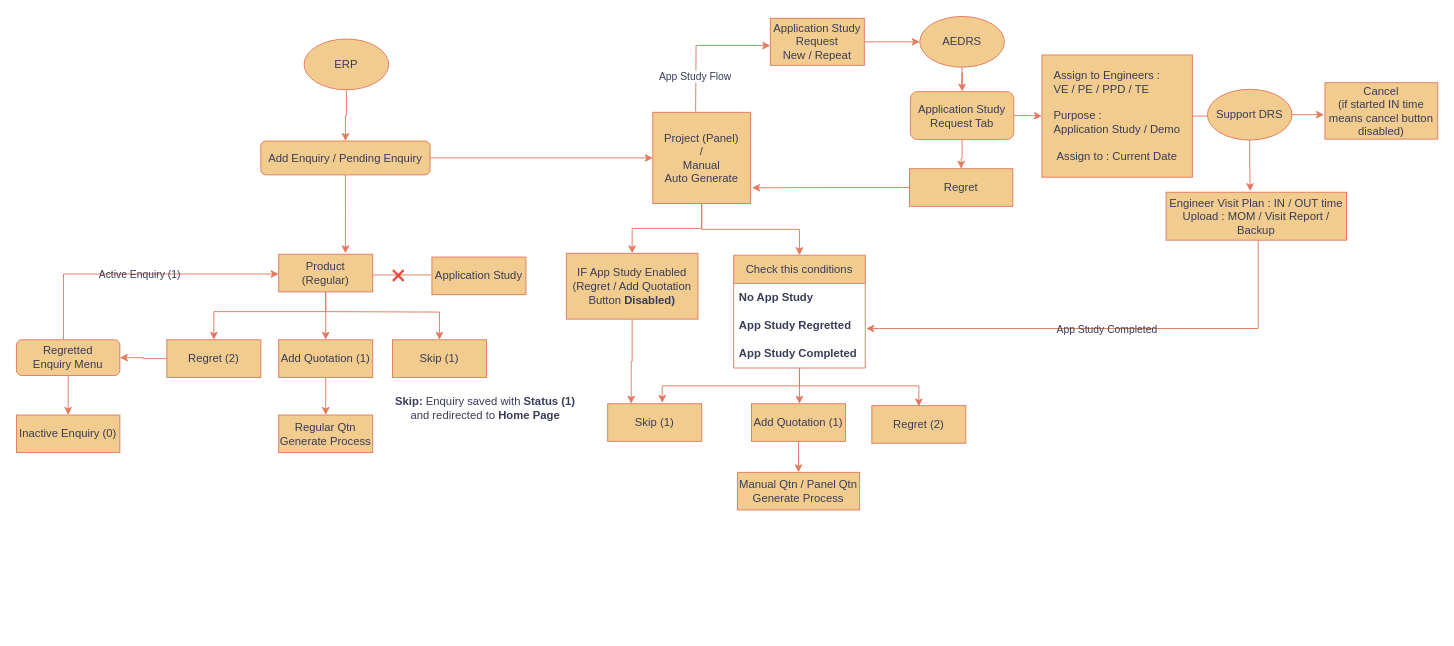
Above: page "Add Enquiry / Pending Enquiry" (9 of 9) of ERP_FLOW.drawio in Sathyapriya30/MERN_CRUD_BACKEND (draw.io), before the change. Source tidied: cells renumbered, new cells numbered last; positions are measured from the earlier drawing's top-left corner, leaving out a move shared by most shapes. Both pictures are drawn from the tidied source at 94%, with x=0, y=0 at pixel (16, 16).
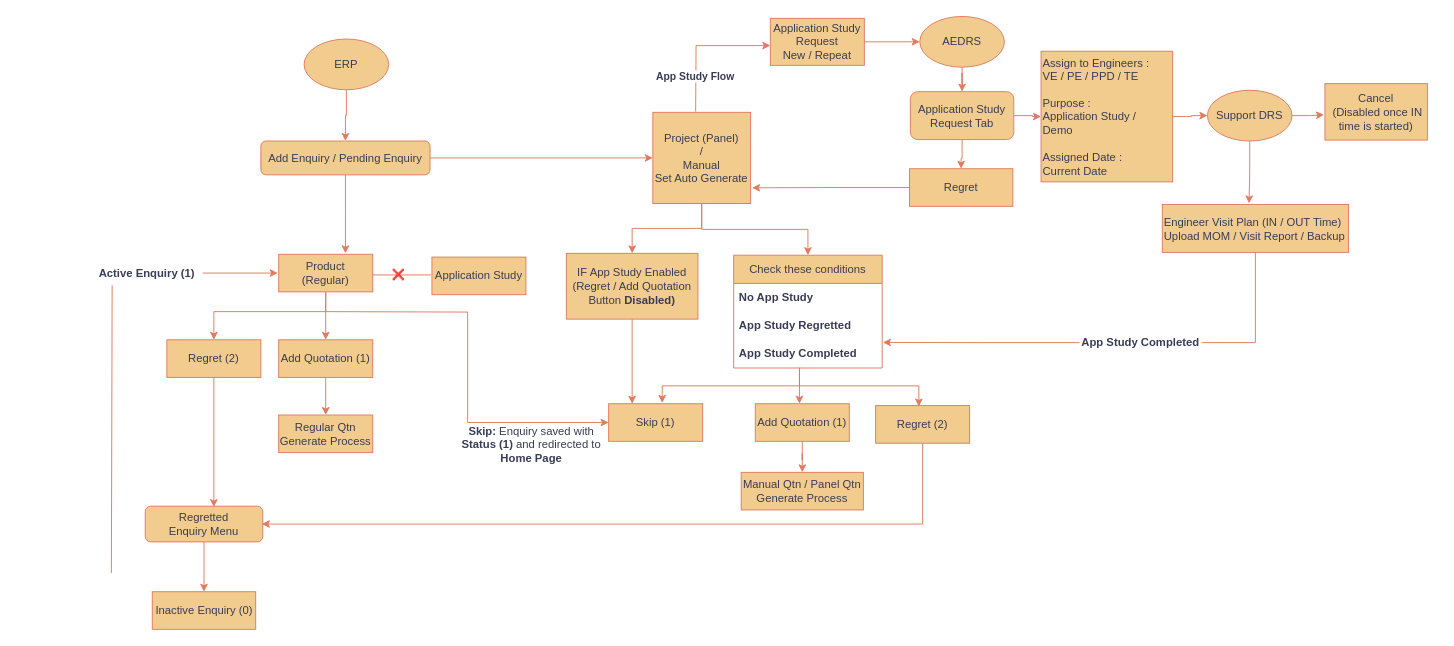
The same page after the edit.

The change refers to these unchanged cells:
```xml
<mxCell id="15" style="endArrow=none;html=1;rounded=0;exitX=1;exitY=0.5;exitDx=0;exitDy=0;endFill=0;labelBackgroundColor=none;strokeColor=#E07A5F;fontColor=default;" parent="1" edge="1">
  <mxGeometry relative="1" as="geometry">
    <mxPoint x="379" y="275" as="sourcePoint" />
    <mxPoint x="441" y="275" as="targetPoint" />
  </mxGeometry>
</mxCell>
<mxCell id="20" value="Regret (2)" style="rounded=0;whiteSpace=wrap;html=1;labelBackgroundColor=none;fillColor=#F2CC8F;strokeColor=#E07A5F;fontColor=#393C56;" parent="1" vertex="1">
  <mxGeometry x="160" y="344" width="100" height="40" as="geometry" />
</mxCell>
<mxCell id="47" value="IF App Study Enabled&lt;br&gt;(Regret / Add Quotation Button &lt;b&gt;Disabled)&lt;/b&gt;" style="rounded=0;whiteSpace=wrap;html=1;labelBackgroundColor=none;fillColor=#F2CC8F;strokeColor=#E07A5F;fontColor=#393C56;" parent="1" vertex="1">
  <mxGeometry x="585" y="252" width="140" height="70" as="geometry" />
</mxCell>
<mxCell id="61" style="endArrow=classic;html=1;rounded=0;strokeColor=#E07A5F;fontColor=#393C56;fillColor=#F2CC8F;exitX=0.438;exitY=-0.008;exitDx=0;exitDy=0;exitPerimeter=0;" parent="1" edge="1" source="26">
  <mxGeometry relative="1" as="geometry">
    <mxPoint x="802" y="31" as="targetPoint" />
    <Array as="points">
      <mxPoint x="723" y="31" />
    </Array>
  </mxGeometry>
</mxCell>
```

What changed in the source:
```diff
@@
-    <mxCell id="7" style="edgeStyle=orthogonalEdgeStyle;rounded=0;jettySize=auto;html=1;labelBackgroundColor=none;strokeColor=#E07A5F;fontColor=default;" parent="1" edge="1" target="21">
+    <mxCell id="7" style="edgeStyle=orthogonalEdgeStyle;rounded=0;jettySize=auto;html=1;labelBackgroundColor=none;strokeColor=#E07A5F;fontColor=default;entryX=0;entryY=0.5;entryDx=0;entryDy=0;" parent="1" edge="1" target="30">
       <mxGeometry relative="1" as="geometry">
         <mxPoint x="329" y="314" as="sourcePoint" />
       </mxGeometry>
     </mxCell>
@@
     <mxCell id="11" value="Inactive Enquiry (0)" style="rounded=0;whiteSpace=wrap;html=1;labelBackgroundColor=none;fillColor=#F2CC8F;strokeColor=#E07A5F;fontColor=#393C56;" parent="1" vertex="1">
-      <mxGeometry y="424" width="110" height="40" as="geometry" />
+      <mxGeometry x="144.5" y="612" width="110" height="40" as="geometry" />
     </mxCell>
-    <mxCell id="12" style="edgeStyle=orthogonalEdgeStyle;rounded=0;jettySize=auto;html=1;entryX=0.5;entryY=0;entryDx=0;entryDy=0;labelBackgroundColor=none;strokeColor=#E07A5F;fontColor=default;" parent="1" edge="1" source="13" target="11">
+    <mxCell id="12" style="edgeStyle=orthogonalEdgeStyle;rounded=0;jettySize=auto;html=1;entryX=0.5;entryY=0;entryDx=0;entryDy=0;strokeColor=#E07A5F;fontColor=#393C56;fillColor=#F2CC8F;" parent="1" edge="1" source="13" target="11">
       <mxGeometry relative="1" as="geometry" />
     </mxCell>
     <mxCell id="13" value="Regretted Enquiry&amp;nbsp;Menu" style="rounded=1;whiteSpace=wrap;html=1;labelBackgroundColor=none;fillColor=#F2CC8F;strokeColor=#E07A5F;fontColor=#393C56;" parent="1" vertex="1">
-      <mxGeometry y="344" width="110" height="38" as="geometry" />
+      <mxGeometry x="137" y="521" width="125" height="38" as="geometry" />
     </mxCell>
@@
     <mxCell id="16" value="❌" style="edgeLabel;html=1;align=center;verticalAlign=middle;labelBackgroundColor=none;fontColor=#393C56;" parent="15" vertex="1">
       <mxGeometry relative="1" as="geometry">
-        <mxPoint x="-5" as="offset" />
+        <mxPoint x="-5" y="-1" as="offset" />
       </mxGeometry>
     </mxCell>
     <mxCell id="17" style="endArrow=classic;html=1;rounded=0;labelBackgroundColor=none;strokeColor=#E07A5F;fontColor=default;" parent="1" edge="1">
       <mxGeometry relative="1" as="geometry">
-        <mxPoint x="50" y="344" as="sourcePoint" />
-        <mxPoint x="279" y="274" as="targetPoint" />
-        <Array as="points">
-          <mxPoint x="50" y="274" />
-        </Array>
+        <mxPoint x="198" y="273" as="sourcePoint" />
+        <mxPoint x="278" y="273" as="targetPoint" />
       </mxGeometry>
     </mxCell>
-    <mxCell id="18" value="Active Enquiry (1)" style="edgeLabel;html=1;align=center;verticalAlign=middle;labelBackgroundColor=none;fontColor=#393C56;" parent="17" vertex="1">
-      <mxGeometry relative="1" as="geometry" />
-    </mxCell>
-    <mxCell id="19" style="edgeStyle=orthogonalEdgeStyle;rounded=0;jettySize=auto;html=1;entryX=1;entryY=0.5;entryDx=0;entryDy=0;labelBackgroundColor=none;strokeColor=#E07A5F;fontColor=default;" parent="1" edge="1" source="20" target="13">
-      <mxGeometry relative="1" as="geometry" />
-    </mxCell>
+    <mxCell id="65" style="edgeStyle=orthogonalEdgeStyle;rounded=0;jettySize=auto;html=1;strokeColor=#E07A5F;fontColor=#393C56;fillColor=#F2CC8F;" parent="1" edge="1" source="20">
+      <mxGeometry relative="1" as="geometry">
+        <mxPoint x="210" y="522" as="targetPoint" />
+      </mxGeometry>
+    </mxCell>
@@
-    <mxCell id="21" value="Skip (1)" style="rounded=0;whiteSpace=wrap;html=1;labelBackgroundColor=none;fillColor=#F2CC8F;strokeColor=#E07A5F;fontColor=#393C56;" parent="1" vertex="1">
-      <mxGeometry x="400" y="344" width="100" height="40" as="geometry" />
-    </mxCell>
@@
     <mxCell id="23" value="&lt;strong&gt;Skip:&lt;/strong&gt; Enquiry saved with &lt;strong&gt;Status (1)&lt;/strong&gt; and redirected to &lt;strong&gt;Home Page&lt;/strong&gt;" style="text;html=1;whiteSpace=wrap;strokeColor=none;fillColor=none;align=center;verticalAlign=middle;rounded=0;labelBackgroundColor=none;fontColor=#393C56;" parent="1" vertex="1">
-      <mxGeometry x="400" y="402" width="198" height="30" as="geometry" />
+      <mxGeometry x="466" y="441" width="164" height="30" as="geometry" />
     </mxCell>
@@
-    <mxCell id="26" value="Project (Panel)&lt;br&gt;/&lt;br&gt;Manual&lt;br&gt;Auto Generate" style="rounded=0;whiteSpace=wrap;html=1;labelBackgroundColor=none;fillColor=#F2CC8F;strokeColor=#E07A5F;fontColor=#393C56;" parent="1" vertex="1">
+    <mxCell id="26" value="Project (Panel)&lt;br&gt;/&lt;br&gt;Manual&lt;br&gt;Set Auto Generate" style="rounded=0;whiteSpace=wrap;html=1;labelBackgroundColor=none;fillColor=#F2CC8F;strokeColor=#E07A5F;fontColor=#393C56;" parent="1" vertex="1">
       <mxGeometry x="677" y="102" width="104" height="97" as="geometry" />
     </mxCell>
+    <mxCell id="66" style="edgeStyle=orthogonalEdgeStyle;rounded=0;jettySize=auto;html=1;strokeColor=#E07A5F;fontColor=#393C56;fillColor=#F2CC8F;" parent="1" edge="1" source="27">
+      <mxGeometry relative="1" as="geometry">
+        <mxPoint x="261" y="540" as="targetPoint" />
+        <Array as="points">
+          <mxPoint x="964" y="540" />
+        </Array>
+      </mxGeometry>
+    </mxCell>
     <mxCell id="27" value="Regret (2)" style="rounded=0;whiteSpace=wrap;html=1;labelBackgroundColor=none;fillColor=#F2CC8F;strokeColor=#E07A5F;fontColor=#393C56;" parent="1" vertex="1">
-      <mxGeometry x="910" y="414" width="100" height="40" as="geometry" />
+      <mxGeometry x="914" y="414" width="100" height="40" as="geometry" />
     </mxCell>
@@
     <mxCell id="29" value="Add Quotation (1)" style="rounded=0;whiteSpace=wrap;html=1;labelBackgroundColor=none;fillColor=#F2CC8F;strokeColor=#E07A5F;fontColor=#393C56;" parent="1" vertex="1">
-      <mxGeometry x="782" y="412" width="100" height="40" as="geometry" />
+      <mxGeometry x="786" y="412" width="100" height="40" as="geometry" />
     </mxCell>
     <mxCell id="30" value="Skip (1)" style="rounded=0;whiteSpace=wrap;html=1;labelBackgroundColor=none;fillColor=#F2CC8F;strokeColor=#E07A5F;fontColor=#393C56;" parent="1" vertex="1">
-      <mxGeometry x="629" y="412" width="100" height="40" as="geometry" />
+      <mxGeometry x="630" y="412" width="100" height="40" as="geometry" />
     </mxCell>
@@
-    <mxCell id="36" style="edgeStyle=orthogonalEdgeStyle;rounded=0;jettySize=auto;html=1;entryX=0;entryY=0.5;entryDx=0;entryDy=0;labelBackgroundColor=none;strokeColor=#E07A5F;fontColor=default;" parent="1" edge="1" source="37" target="43">
+    <mxCell id="36" style="edgeStyle=orthogonalEdgeStyle;rounded=0;jettySize=auto;html=1;entryX=0;entryY=0.5;entryDx=0;entryDy=0;strokeColor=#E07A5F;fontColor=#393C56;fillColor=#F2CC8F;" parent="1" edge="1" source="37" target="43">
       <mxGeometry relative="1" as="geometry" />
     </mxCell>
-    <mxCell id="37" value="&lt;div align=&quot;left&quot;&gt;Assign to Engineers :&lt;/div&gt;&lt;div align=&quot;left&quot;&gt;VE / PE / PPD / TE&lt;/div&gt;&lt;div align=&quot;left&quot;&gt;&lt;br&gt;&lt;/div&gt;&lt;div align=&quot;left&quot;&gt;Purpose :&amp;nbsp;&lt;/div&gt;&lt;div&gt;Application Study&amp;nbsp;/ Demo&lt;/div&gt;&lt;div&gt;&lt;br&gt;&lt;/div&gt;Assign to : Current Date" style="rounded=0;whiteSpace=wrap;html=1;labelBackgroundColor=none;fillColor=#F2CC8F;strokeColor=#E07A5F;fontColor=#393C56;" parent="1" vertex="1">
-      <mxGeometry x="1091" y="41" width="160" height="130" as="geometry" />
+    <mxCell id="37" value="&lt;div align=&quot;left&quot;&gt;Assign to Engineers :&lt;/div&gt;&lt;div align=&quot;left&quot;&gt;VE / PE / PPD / TE&lt;br&gt;&lt;br&gt;&lt;/div&gt;&lt;div align=&quot;left&quot;&gt;Purpose :&amp;nbsp;&lt;/div&gt;&lt;div align=&quot;left&quot;&gt;Application Study&amp;nbsp;/ Demo&amp;nbsp;&lt;br&gt;&lt;br&gt;&lt;/div&gt;&lt;div align=&quot;left&quot;&gt;Assigned Date :&lt;/div&gt;&lt;div align=&quot;left&quot;&gt;Current Date&lt;/div&gt;" style="rounded=0;whiteSpace=wrap;html=1;labelBackgroundColor=none;fillColor=#F2CC8F;strokeColor=#E07A5F;fontColor=#393C56;align=left;" parent="1" vertex="1">
+      <mxGeometry x="1090" y="37" width="140" height="139" as="geometry" />
     </mxCell>
@@
     <mxCell id="43" value="Support&amp;nbsp;DRS" style="ellipse;whiteSpace=wrap;html=1;labelBackgroundColor=none;fillColor=#F2CC8F;strokeColor=#E07A5F;fontColor=#393C56;" parent="1" vertex="1">
-      <mxGeometry x="1267" y="77.5" width="90" height="54" as="geometry" />
+      <mxGeometry x="1267" y="78.5" width="90" height="54" as="geometry" />
     </mxCell>
-    <mxCell id="44" value="Cancel&lt;br&gt;(if started IN time means cancel button disabled)" style="whiteSpace=wrap;html=1;labelBackgroundColor=none;fillColor=#F2CC8F;strokeColor=#E07A5F;fontColor=#393C56;" parent="1" vertex="1">
-      <mxGeometry x="1392" y="70.5" width="120" height="60" as="geometry" />
+    <mxCell id="44" value="&lt;div&gt;Cancel&lt;/div&gt;&lt;div&gt;&amp;nbsp;(Disabled once IN time is started)&lt;/div&gt;" style="whiteSpace=wrap;html=1;labelBackgroundColor=none;fillColor=#F2CC8F;strokeColor=#E07A5F;fontColor=#393C56;" parent="1" vertex="1">
+      <mxGeometry x="1392" y="71.5" width="109" height="60" as="geometry" />
     </mxCell>
-    <mxCell id="45" value="Engineer Visit Plan : IN / OUT time&lt;br&gt;Upload : MOM / Visit Report / Backup" style="whiteSpace=wrap;html=1;labelBackgroundColor=none;fillColor=#F2CC8F;strokeColor=#E07A5F;fontColor=#393C56;" parent="1" vertex="1">
-      <mxGeometry x="1223" y="187" width="192" height="51" as="geometry" />
+    <mxCell id="45" value="&lt;div&gt;Engineer Visit Plan (IN / OUT Time)&lt;/div&gt;&lt;div&gt;Upload MOM / Visit Report / Backup&lt;/div&gt;" style="whiteSpace=wrap;html=1;labelBackgroundColor=none;fillColor=#F2CC8F;strokeColor=#E07A5F;fontColor=#393C56;align=left;" parent="1" vertex="1">
+      <mxGeometry x="1219" y="200" width="198" height="51" as="geometry" />
     </mxCell>
-    <mxCell id="46" style="edgeStyle=orthogonalEdgeStyle;rounded=0;jettySize=auto;html=1;entryX=0.25;entryY=0;entryDx=0;entryDy=0;labelBackgroundColor=none;strokeColor=#E07A5F;fontColor=default;" parent="1" edge="1" source="47" target="30">
+    <mxCell id="46" style="edgeStyle=orthogonalEdgeStyle;rounded=0;jettySize=auto;html=1;entryX=0.25;entryY=0;entryDx=0;entryDy=0;strokeColor=#E07A5F;fontColor=#393C56;fillColor=#F2CC8F;" parent="1" edge="1" source="47" target="30">
       <mxGeometry relative="1" as="geometry" />
     </mxCell>
@@
-    <mxCell id="50" value="Check this conditions" style="swimlane;fontStyle=0;horizontal=1;startSize=30;whiteSpace=wrap;html=1;labelBackgroundColor=none;fillColor=#F2CC8F;strokeColor=#E07A5F;fontColor=#393C56;" parent="1" vertex="1">
-      <mxGeometry x="763" y="254" width="140" height="120" as="geometry" />
+    <mxCell id="50" value="Check these conditions" style="swimlane;fontStyle=0;horizontal=1;startSize=30;whiteSpace=wrap;html=1;labelBackgroundColor=none;fillColor=#F2CC8F;strokeColor=#E07A5F;fontColor=#393C56;" parent="1" vertex="1">
+      <mxGeometry x="763" y="254" width="158" height="120" as="geometry" />
     </mxCell>
     <mxCell id="51" value="&lt;b&gt;No App Study&amp;nbsp;&lt;/b&gt;" style="text;strokeColor=none;fillColor=none;align=left;verticalAlign=middle;spacingLeft=4;spacingRight=4;overflow=hidden;whiteSpace=wrap;html=1;labelBackgroundColor=none;fontColor=#393C56;" parent="50" vertex="1">
-      <mxGeometry y="30" width="140" height="30" as="geometry" />
+      <mxGeometry y="30" width="158" height="30" as="geometry" />
     </mxCell>
     <mxCell id="52" value="&lt;b&gt;App Study Regretted&lt;/b&gt;" style="text;strokeColor=none;fillColor=none;align=left;verticalAlign=middle;spacingLeft=4;spacingRight=4;overflow=hidden;whiteSpace=wrap;html=1;labelBackgroundColor=none;fontColor=#393C56;" parent="50" vertex="1">
-      <mxGeometry y="60" width="140" height="30" as="geometry" />
+      <mxGeometry y="60" width="158" height="30" as="geometry" />
     </mxCell>
     <mxCell id="53" value="&lt;b&gt;App Study Completed&lt;/b&gt;" style="text;strokeColor=none;fillColor=none;align=left;verticalAlign=middle;spacingLeft=4;spacingRight=4;overflow=hidden;points=[[0,0.5],[1,0.5]];portConstraint=eastwest;whiteSpace=wrap;html=1;labelBackgroundColor=none;fontColor=#393C56;" parent="50" vertex="1">
-      <mxGeometry y="90" width="140" height="30" as="geometry" />
+      <mxGeometry y="90" width="158" height="30" as="geometry" />
     </mxCell>
@@
-    <mxCell id="56" style="endArrow=classic;html=1;rounded=0;labelBackgroundColor=none;strokeColor=#E07A5F;fontColor=default;" parent="1" edge="1">
-      <mxGeometry relative="1" as="geometry">
-        <mxPoint x="1321" y="238" as="sourcePoint" />
-        <mxPoint x="904" y="332" as="targetPoint" />
-        <Array as="points">
-          <mxPoint x="1321" y="292" />
-          <mxPoint x="1321" y="332" />
-        </Array>
-      </mxGeometry>
-    </mxCell>
-    <mxCell id="57" value="App Study Completed" style="edgeLabel;html=1;align=center;verticalAlign=middle;labelBackgroundColor=none;fontColor=#393C56;" parent="56" vertex="1">
-      <mxGeometry relative="1" as="geometry" />
-    </mxCell>
@@
     <mxCell id="60" value="Manual Qtn / Panel Qtn Generate Process" style="rounded=0;whiteSpace=wrap;html=1;labelBackgroundColor=none;fillColor=#F2CC8F;strokeColor=#E07A5F;fontColor=#393C56;" parent="1" vertex="1">
-      <mxGeometry x="767" y="485" width="130" height="40" as="geometry" />
+      <mxGeometry x="771" y="485" width="130" height="40" as="geometry" />
     </mxCell>
@@
-    <mxCell id="62" value="App Study Flow" style="edgeLabel;html=1;align=center;verticalAlign=middle;strokeColor=#E07A5F;fontColor=#393C56;fillColor=#F2CC8F;" parent="61" vertex="1">
+    <mxCell id="62" value="&lt;b&gt;App Study Flow&lt;/b&gt;" style="edgeLabel;html=1;align=center;verticalAlign=middle;strokeColor=#E07A5F;fontColor=#393C56;fillColor=#F2CC8F;" parent="61" vertex="1">
       <mxGeometry relative="1" as="geometry">
         <mxPoint x="-6" y="32" as="offset" />
       </mxGeometry>
     </mxCell>
@@
+    <mxCell id="67" style="endArrow=none;html=1;rounded=0;labelBackgroundColor=none;strokeColor=#E07A5F;fontColor=default;endFill=0;entryX=0.57;entryY=1.014;entryDx=0;entryDy=0;entryPerimeter=0;" parent="1" edge="1">
+      <mxGeometry relative="1" as="geometry">
+        <mxPoint x="101" y="592" as="sourcePoint" />
+        <mxPoint x="101.8" y="286" as="targetPoint" />
+      </mxGeometry>
+    </mxCell>
+    <mxCell id="18" value="&lt;b&gt;Active Enquiry (1)&lt;/b&gt;" style="text;html=1;whiteSpace=wrap;strokeColor=none;fillColor=none;align=center;verticalAlign=middle;rounded=0;fontColor=#393C56;" parent="1" vertex="1">
+      <mxGeometry x="84" y="262" width="110" height="24" as="geometry" />
+    </mxCell>
+    <mxCell id="68" style="edgeStyle=orthogonalEdgeStyle;rounded=0;jettySize=auto;html=1;entryX=1.005;entryY=0.093;entryDx=0;entryDy=0;entryPerimeter=0;strokeColor=#E07A5F;fontColor=#393C56;fillColor=#F2CC8F;" parent="1" edge="1" source="57" target="53">
+      <mxGeometry relative="1" as="geometry" />
+    </mxCell>
+    <mxCell id="69" style="edgeStyle=orthogonalEdgeStyle;rounded=0;jettySize=auto;html=1;entryX=1;entryY=0.5;entryDx=0;entryDy=0;strokeColor=#E07A5F;fontColor=#393C56;fillColor=#F2CC8F;endArrow=none;endFill=0;" parent="1" edge="1" source="45" target="57">
+      <mxGeometry relative="1" as="geometry">
+        <Array as="points">
+          <mxPoint x="1318" y="347" />
+        </Array>
+      </mxGeometry>
+    </mxCell>
+    <mxCell id="57" value="&lt;b&gt;App Study Completed&lt;/b&gt;" style="text;html=1;whiteSpace=wrap;strokeColor=none;fillColor=none;align=center;verticalAlign=middle;rounded=0;fontColor=#393C56;" parent="1" vertex="1">
+      <mxGeometry x="1131" y="332" width="130" height="30" as="geometry" />
+    </mxCell>
```
